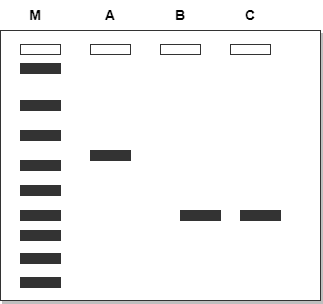
This is experiment/simulation/images/outputgel.png from virtual-labs/exp-protein-page-iitkgp, a draw.io export, as it was before one commit. Source tidied: cells renumbered, new cells last; positions are measured from the earlier drawing's top-left corner, leaving out a move shared by most shapes.
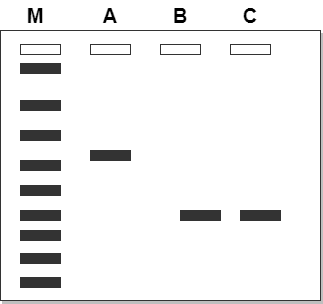
The same file after the commit.

What changed in the source:
```diff
@@ -53,16 +53,16 @@
     <mxCell id="18" style="rounded=0;whiteSpace=wrap;html=1;fillColor=#333333;strokeColor=#333333;" parent="1" vertex="1">
       <mxGeometry x="20" y="277" width="40" height="10" as="geometry" />
     </mxCell>
-    <mxCell id="19" value="&lt;b&gt;&lt;font style=&quot;font-size: 14px;&quot;&gt;M&lt;/font&gt;&lt;/b&gt;" style="text;html=1;strokeColor=none;fillColor=none;align=center;verticalAlign=middle;whiteSpace=wrap;rounded=0;" parent="1" vertex="1">
+    <mxCell id="19" value="&lt;b style=&quot;font-size: 20px;&quot;&gt;&lt;font style=&quot;font-size: 20px;&quot;&gt;M&lt;/font&gt;&lt;/b&gt;" style="text;html=1;strokeColor=none;fillColor=none;align=center;verticalAlign=middle;whiteSpace=wrap;rounded=0;fontSize=20;" parent="1" vertex="1">
       <mxGeometry x="5" width="60" height="30" as="geometry" />
     </mxCell>
-    <mxCell id="20" value="&lt;b&gt;&lt;font style=&quot;font-size: 14px;&quot;&gt;A&lt;/font&gt;&lt;/b&gt;" style="text;html=1;strokeColor=none;fillColor=none;align=center;verticalAlign=middle;whiteSpace=wrap;rounded=0;" parent="1" vertex="1">
+    <mxCell id="20" value="&lt;b style=&quot;font-size: 20px;&quot;&gt;&lt;font style=&quot;font-size: 20px;&quot;&gt;A&lt;/font&gt;&lt;/b&gt;" style="text;html=1;strokeColor=none;fillColor=none;align=center;verticalAlign=middle;whiteSpace=wrap;rounded=0;fontSize=20;" parent="1" vertex="1">
       <mxGeometry x="80" width="60" height="30" as="geometry" />
     </mxCell>
-    <mxCell id="21" value="&lt;b&gt;&lt;font style=&quot;font-size: 14px;&quot;&gt;C&lt;/font&gt;&lt;/b&gt;" style="text;html=1;strokeColor=none;fillColor=none;align=center;verticalAlign=middle;whiteSpace=wrap;rounded=0;" parent="1" vertex="1">
+    <mxCell id="21" value="&lt;b style=&quot;font-size: 20px;&quot;&gt;&lt;font style=&quot;font-size: 20px;&quot;&gt;C&lt;/font&gt;&lt;/b&gt;" style="text;html=1;strokeColor=none;fillColor=none;align=center;verticalAlign=middle;whiteSpace=wrap;rounded=0;fontSize=20;" parent="1" vertex="1">
       <mxGeometry x="220" width="60" height="30" as="geometry" />
     </mxCell>
-    <mxCell id="22" value="&lt;b&gt;&lt;font style=&quot;font-size: 14px;&quot;&gt;B&lt;/font&gt;&lt;/b&gt;" style="text;html=1;strokeColor=none;fillColor=none;align=center;verticalAlign=middle;whiteSpace=wrap;rounded=0;" parent="1" vertex="1">
+    <mxCell id="22" value="&lt;b style=&quot;font-size: 20px;&quot;&gt;&lt;font style=&quot;font-size: 20px;&quot;&gt;B&lt;/font&gt;&lt;/b&gt;" style="text;html=1;strokeColor=none;fillColor=none;align=center;verticalAlign=middle;whiteSpace=wrap;rounded=0;fontSize=20;" parent="1" vertex="1">
       <mxGeometry x="150" width="60" height="30" as="geometry" />
     </mxCell>
   </root>
```
